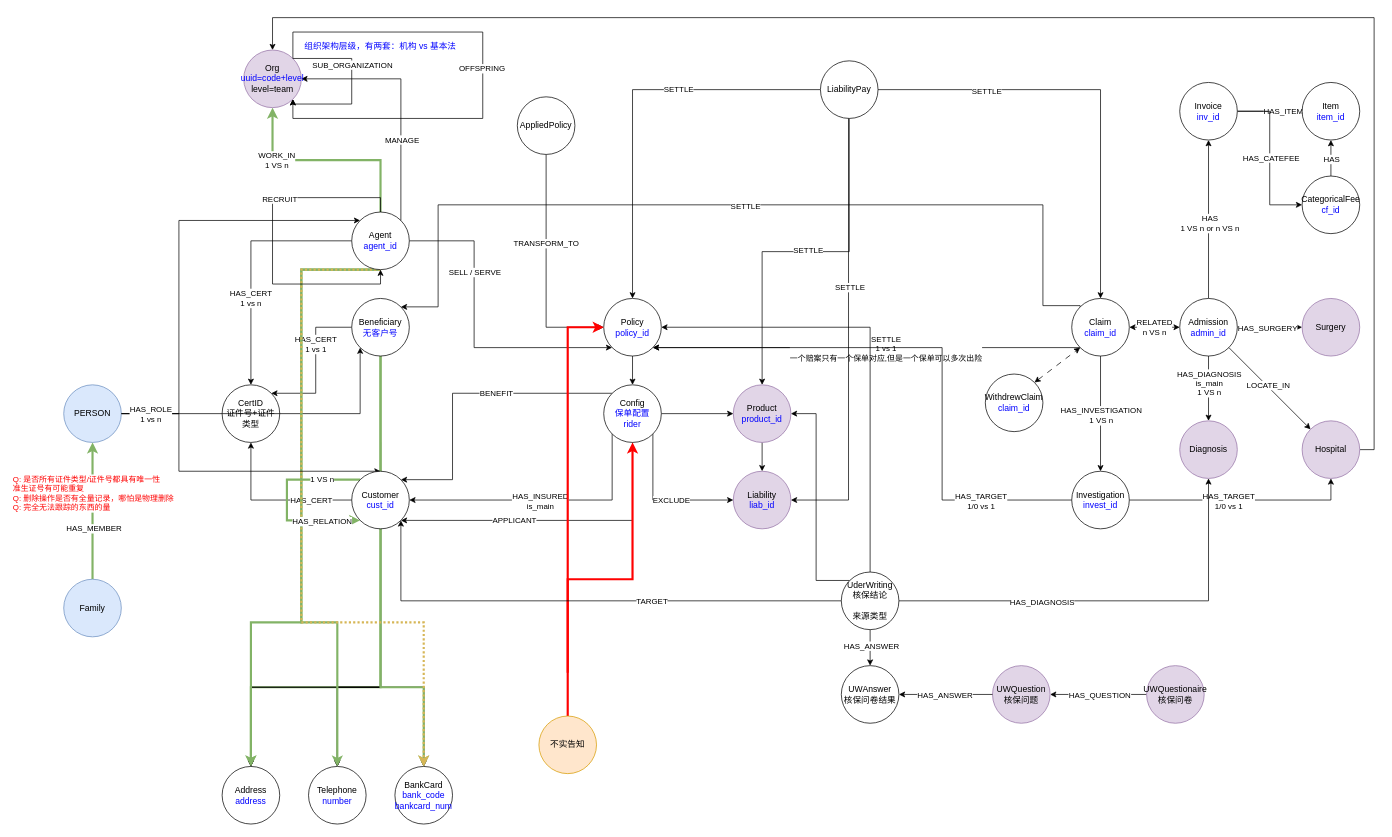
Earlier version of the draw.io diagram page "V1.2" (4 of 4) of 友邦/图拓扑设计.drawio (XiaoLiuAI/diagrams). Source tidied: cells renumbered, new cells numbered last; positions are measured from the earlier drawing's top-left corner, leaving out a move shared by most shapes. Both pictures are drawn from the tidied source at 72%, with x=0, y=0 at pixel (63, 17).
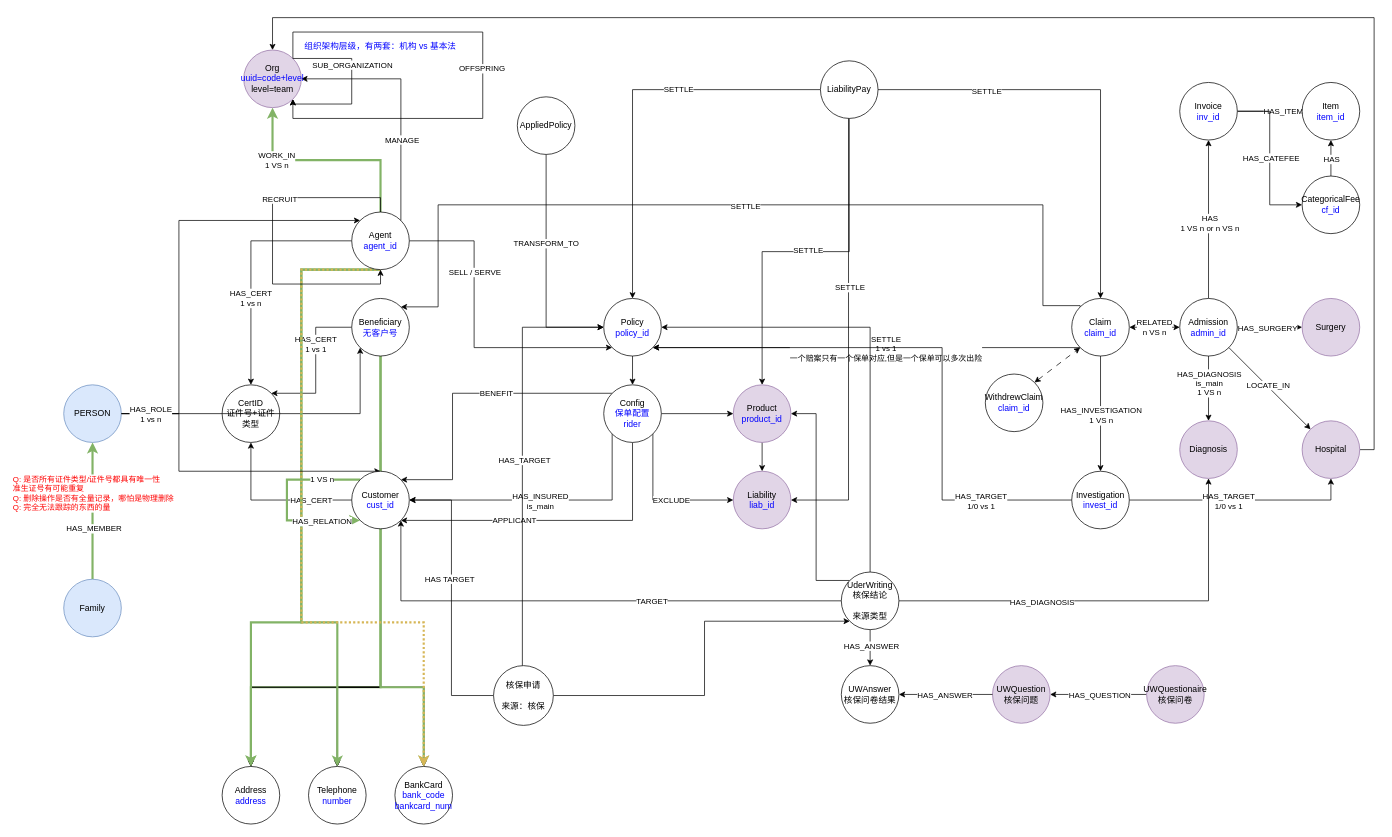
The same diagram, later.

Commit message:
Update 图拓扑设计.drawio

Unchanged cells that the change refers to:
```xml
<mxCell id="33" value="Policy&lt;br&gt;&lt;font color=&quot;#0000ff&quot;&gt;policy_id&lt;/font&gt;" style="ellipse;whiteSpace=wrap;html=1;" parent="1" vertex="1">
  <mxGeometry x="750" y="390" width="80" height="80" as="geometry" />
</mxCell>
<mxCell id="116" value="Customer&lt;br&gt;&lt;font color=&quot;#0000ff&quot;&gt;cust_id&lt;/font&gt;" style="ellipse;whiteSpace=wrap;html=1;" parent="1" vertex="1">
  <mxGeometry x="400" y="630" width="80" height="80" as="geometry" />
</mxCell>
<mxCell id="125" value="UderWriting&lt;br&gt;核保结论&lt;br&gt;&lt;br&gt;来源类型" style="ellipse;whiteSpace=wrap;html=1;" parent="1" vertex="1">
  <mxGeometry x="1080" y="770" width="80" height="80" as="geometry" />
</mxCell>
```

What changed in the source:
```diff
@@
-    <mxCell id="106" style="edgeStyle=orthogonalEdgeStyle;rounded=0;jettySize=auto;html=1;exitX=0.5;exitY=0;exitDx=0;exitDy=0;strokeWidth=3;strokeColor=#FF0000;" parent="1" edge="1" source="107">
-      <mxGeometry relative="1" as="geometry">
-        <mxPoint x="790" y="590" as="targetPoint" />
-        <Array as="points">
-          <mxPoint x="700" y="780" />
-          <mxPoint x="790" y="780" />
-        </Array>
-      </mxGeometry>
-    </mxCell>
-    <mxCell id="107" value="不实告知" style="ellipse;whiteSpace=wrap;html=1;fillColor=#ffe6cc;strokeColor=#d79b00;" parent="1" vertex="1">
-      <mxGeometry x="660" y="970" width="80" height="80" as="geometry" />
-    </mxCell>
@@
-    <mxCell id="109" style="edgeStyle=orthogonalEdgeStyle;rounded=0;jettySize=auto;html=1;exitX=0.5;exitY=0;exitDx=0;exitDy=0;entryX=0;entryY=0.5;entryDx=0;entryDy=0;strokeWidth=3;strokeColor=#FF0000;" parent="1" edge="1" target="33">
-      <mxGeometry relative="1" as="geometry">
-        <mxPoint x="700" y="910" as="sourcePoint" />
-        <Array as="points">
-          <mxPoint x="700" y="430" />
-        </Array>
-      </mxGeometry>
-    </mxCell>
@@
+    <mxCell id="137" style="edgeStyle=orthogonalEdgeStyle;rounded=0;jettySize=auto;html=1;" parent="1" edge="1" source="142">
+      <mxGeometry relative="1" as="geometry">
+        <mxPoint x="750" y="430" as="targetPoint" />
+        <Array as="points">
+          <mxPoint x="637" y="430" />
+        </Array>
+      </mxGeometry>
+    </mxCell>
+    <mxCell id="138" value="HAS_TARGET" style="edgeLabel;html=1;align=center;verticalAlign=middle;" parent="137" vertex="1">
+      <mxGeometry x="-0.02" y="-2" relative="1" as="geometry" />
+    </mxCell>
+    <mxCell id="139" style="edgeStyle=orthogonalEdgeStyle;rounded=0;jettySize=auto;html=1;exitX=0;exitY=0.5;exitDx=0;exitDy=0;entryX=1;entryY=0.5;entryDx=0;entryDy=0;" parent="1" edge="1" source="142" target="116">
+      <mxGeometry relative="1" as="geometry" />
+    </mxCell>
+    <mxCell id="140" value="HAS TARGET" style="edgeLabel;html=1;align=center;verticalAlign=middle;" parent="139" vertex="1">
+      <mxGeometry x="0.14" y="3" relative="1" as="geometry" />
+    </mxCell>
+    <mxCell id="141" style="edgeStyle=orthogonalEdgeStyle;rounded=0;jettySize=auto;html=1;exitX=1;exitY=0.5;exitDx=0;exitDy=0;entryX=0;entryY=1;entryDx=0;entryDy=0;" parent="1" edge="1" source="142" target="125">
+      <mxGeometry relative="1" as="geometry">
+        <Array as="points">
+          <mxPoint x="890" y="942" />
+          <mxPoint x="890" y="838" />
+        </Array>
+      </mxGeometry>
+    </mxCell>
+    <mxCell id="142" value="核保申请&lt;br&gt;&lt;br&gt;来源：核保" style="ellipse;whiteSpace=wrap;html=1;" parent="1" vertex="1">
+      <mxGeometry x="597" y="900" width="83" height="83" as="geometry" />
+    </mxCell>
```
